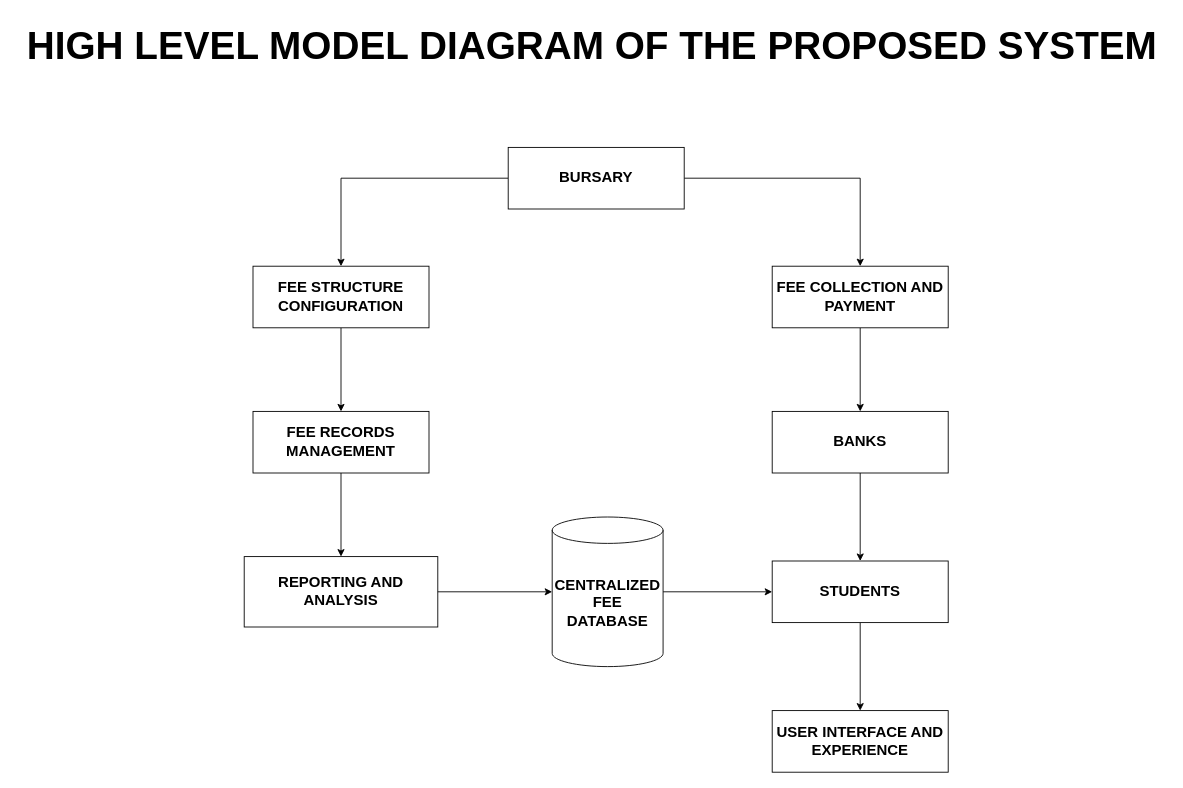
Earlier version of the draw.io diagram High Level Diagram.drawio (Derrickkoko1234/FInal-Year-Project-DIagrams). Source tidied: cells renumbered, new cells numbered last; positions are measured from the earlier drawing's top-left corner, leaving out a move shared by most shapes. Both pictures are drawn from the tidied source at 88%, with x=0, y=0 at pixel (15, 15).
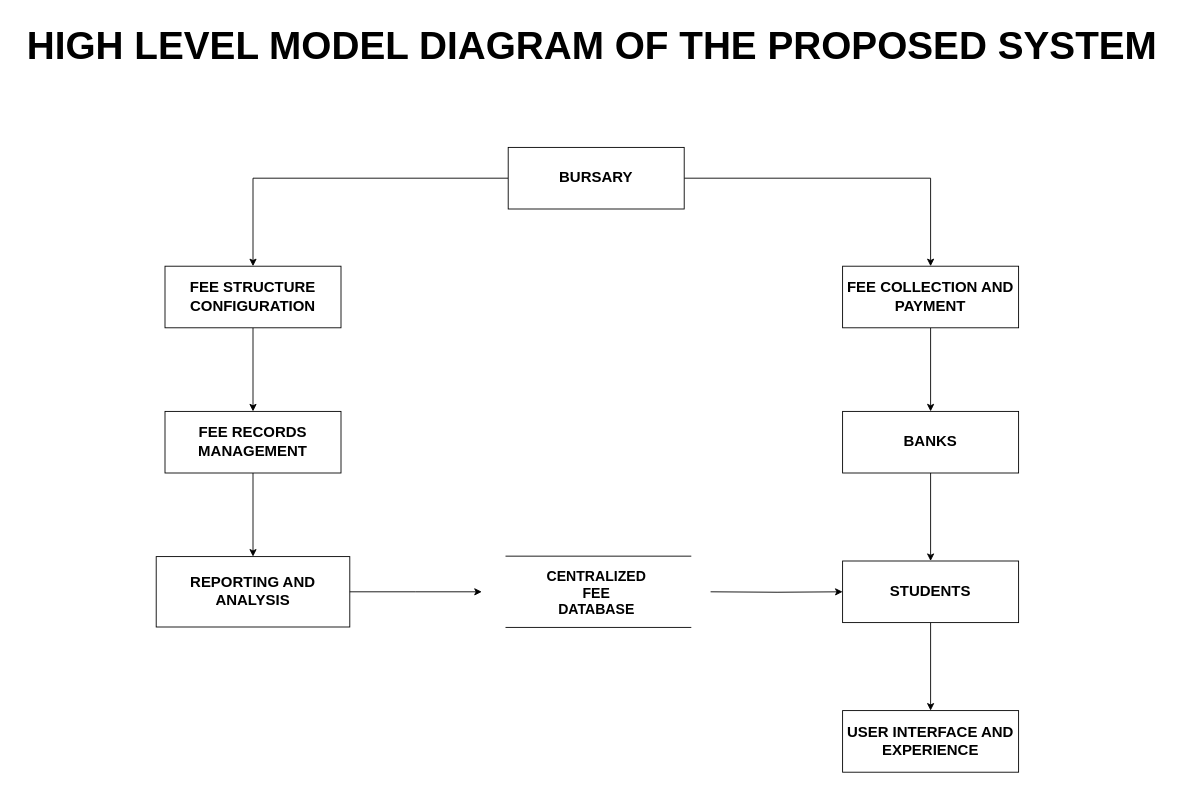
The same page after the edit.

The edit, as a diff of the source:
```diff
@@
     <mxCell id="3" value="&lt;font style=&quot;font-size: 17px;&quot;&gt;&lt;b&gt;BANKS&lt;/b&gt;&lt;/font&gt;" style="rounded=0;whiteSpace=wrap;html=1;" parent="1" vertex="1">
-      <mxGeometry x="860" y="450" width="200" height="70" as="geometry" />
+      <mxGeometry x="940" y="450" width="200" height="70" as="geometry" />
     </mxCell>
-    <mxCell id="4" style="edgeStyle=orthogonalEdgeStyle;rounded=0;jettySize=auto;html=1;entryX=0;entryY=0.5;entryDx=0;entryDy=0;" parent="1" edge="1" source="5" target="12">
-      <mxGeometry relative="1" as="geometry" />
+    <mxCell id="4" style="edgeStyle=orthogonalEdgeStyle;rounded=0;jettySize=auto;html=1;entryX=0;entryY=0.5;entryDx=0;entryDy=0;" parent="1" edge="1" target="12">
+      <mxGeometry relative="1" as="geometry">
+        <mxPoint x="790" y="655" as="sourcePoint" />
+      </mxGeometry>
     </mxCell>
-    <mxCell id="5" value="&lt;font style=&quot;font-size: 17px;&quot;&gt;&lt;b&gt;CENTRALIZED FEE DATABASE&lt;/b&gt;&lt;/font&gt;" style="shape=cylinder3;whiteSpace=wrap;html=1;boundedLbl=1;backgroundOutline=1;size=15;" parent="1" vertex="1">
-      <mxGeometry x="610" y="570" width="126" height="170" as="geometry" />
-    </mxCell>
     <mxCell id="6" value="&lt;font style=&quot;font-size: 17px;&quot;&gt;&lt;b&gt;REPORTING AND ANALYSIS&lt;/b&gt;&lt;/font&gt;" style="rounded=0;whiteSpace=wrap;html=1;" parent="1" vertex="1">
-      <mxGeometry x="260" y="615" width="220" height="80" as="geometry" />
+      <mxGeometry x="160" y="615" width="220" height="80" as="geometry" />
     </mxCell>
     <mxCell id="7" value="&lt;font style=&quot;font-size: 17px;&quot;&gt;&lt;b&gt;USER INTERFACE AND EXPERIENCE&lt;/b&gt;&lt;/font&gt;" style="rounded=0;whiteSpace=wrap;html=1;" parent="1" vertex="1">
-      <mxGeometry x="860" y="790" width="200" height="70" as="geometry" />
+      <mxGeometry x="940" y="790" width="200" height="70" as="geometry" />
     </mxCell>
@@
     <mxCell id="12" value="&lt;font style=&quot;font-size: 17px;&quot;&gt;&lt;b&gt;STUDENTS&lt;/b&gt;&lt;/font&gt;" style="rounded=0;whiteSpace=wrap;html=1;" parent="1" vertex="1">
-      <mxGeometry x="860" y="620" width="200" height="70" as="geometry" />
+      <mxGeometry x="940" y="620" width="200" height="70" as="geometry" />
     </mxCell>
@@
     <mxCell id="14" value="&lt;font style=&quot;font-size: 17px;&quot;&gt;&lt;b&gt;FEE STRUCTURE CONFIGURATION&lt;/b&gt;&lt;/font&gt;" style="rounded=0;whiteSpace=wrap;html=1;" parent="1" vertex="1">
-      <mxGeometry x="270" y="285" width="200" height="70" as="geometry" />
+      <mxGeometry x="170" y="285" width="200" height="70" as="geometry" />
     </mxCell>
@@
     <mxCell id="16" value="&lt;font style=&quot;font-size: 17px;&quot;&gt;&lt;b&gt;FEE COLLECTION AND PAYMENT&lt;/b&gt;&lt;/font&gt;" style="rounded=0;whiteSpace=wrap;html=1;" parent="1" vertex="1">
-      <mxGeometry x="860" y="285" width="200" height="70" as="geometry" />
+      <mxGeometry x="940" y="285" width="200" height="70" as="geometry" />
     </mxCell>
@@
     <mxCell id="18" value="&lt;font style=&quot;font-size: 17px;&quot;&gt;&lt;b&gt;FEE RECORDS MANAGEMENT&lt;/b&gt;&lt;/font&gt;" style="rounded=0;whiteSpace=wrap;html=1;" parent="1" vertex="1">
-      <mxGeometry x="270" y="450" width="200" height="70" as="geometry" />
+      <mxGeometry x="170" y="450" width="200" height="70" as="geometry" />
     </mxCell>
-    <mxCell id="19" style="edgeStyle=orthogonalEdgeStyle;rounded=0;jettySize=auto;html=1;entryX=0;entryY=0.5;entryDx=0;entryDy=0;entryPerimeter=0;" parent="1" edge="1" source="6" target="5">
-      <mxGeometry relative="1" as="geometry" />
+    <mxCell id="19" style="edgeStyle=orthogonalEdgeStyle;rounded=0;jettySize=auto;html=1;" parent="1" edge="1" source="6">
+      <mxGeometry relative="1" as="geometry">
+        <mxPoint x="530" y="655" as="targetPoint" />
+      </mxGeometry>
     </mxCell>
@@
+    <mxCell id="21" style="shape=partialRectangle;whiteSpace=wrap;html=1;top=0;bottom=0;fillColor=none;rotation=-90;" parent="1" vertex="1">
+      <mxGeometry x="622" y="550" width="81" height="210" as="geometry" />
+    </mxCell>
+    <mxCell id="5" value="&lt;font style=&quot;font-size: 16px;&quot;&gt;&lt;b&gt;CENTRALIZED&lt;/b&gt;&lt;/font&gt;&lt;div&gt;&lt;font style=&quot;font-size: 16px;&quot;&gt;&lt;b&gt;FEE&lt;/b&gt;&lt;/font&gt;&lt;/div&gt;&lt;div&gt;&lt;font style=&quot;font-size: 16px;&quot;&gt;&lt;b&gt;DATABASE&lt;/b&gt;&lt;/font&gt;&lt;/div&gt;" style="text;html=1;align=center;verticalAlign=middle;points=[];strokeColor=none;fillColor=none;" parent="1" vertex="1">
+      <mxGeometry x="590" y="621" width="140" height="70" as="geometry" />
+    </mxCell>
```
